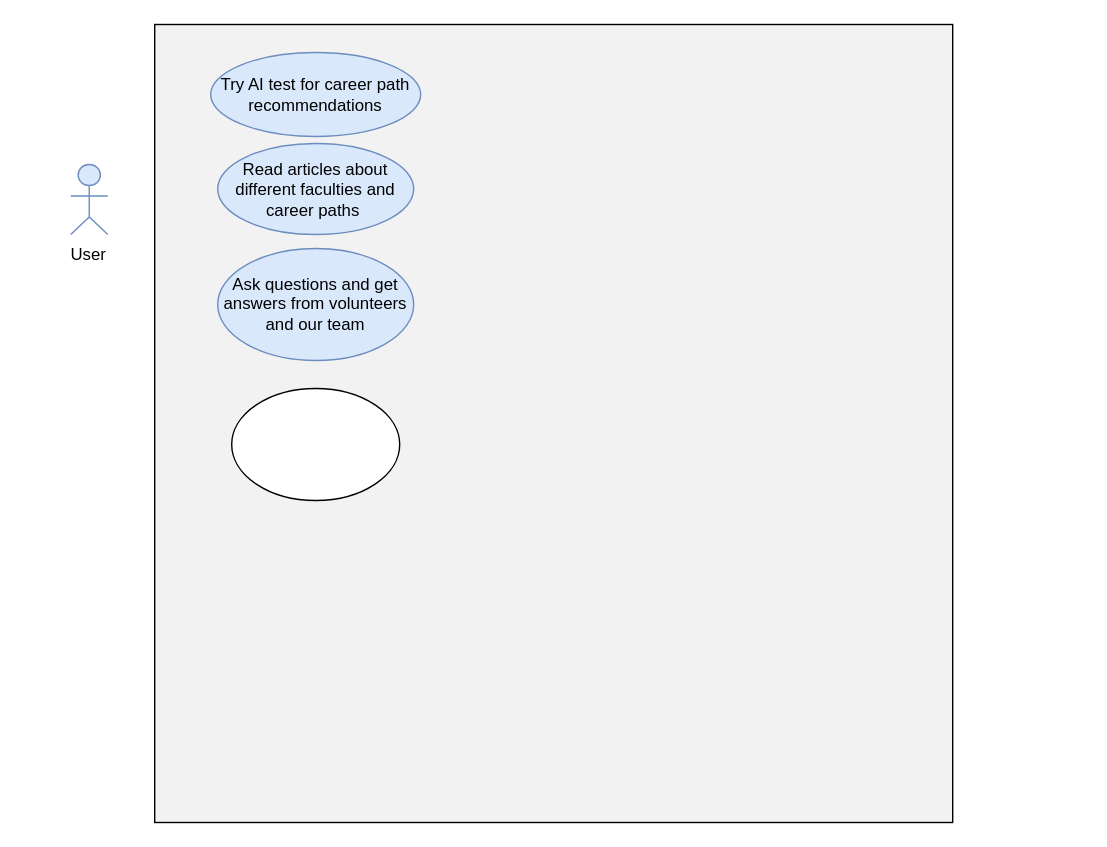
The draw.io diagram usecasee.drawio in mawadaelmeshad/Car_Sales_Company, before the edit. Source tidied: cells renumbered, new cells numbered last; positions are measured from the earlier drawing's top-left corner, leaving out a move shared by most shapes. Both pictures are drawn from the tidied source at 140%, with x=0, y=0 at pixel (46, 24).
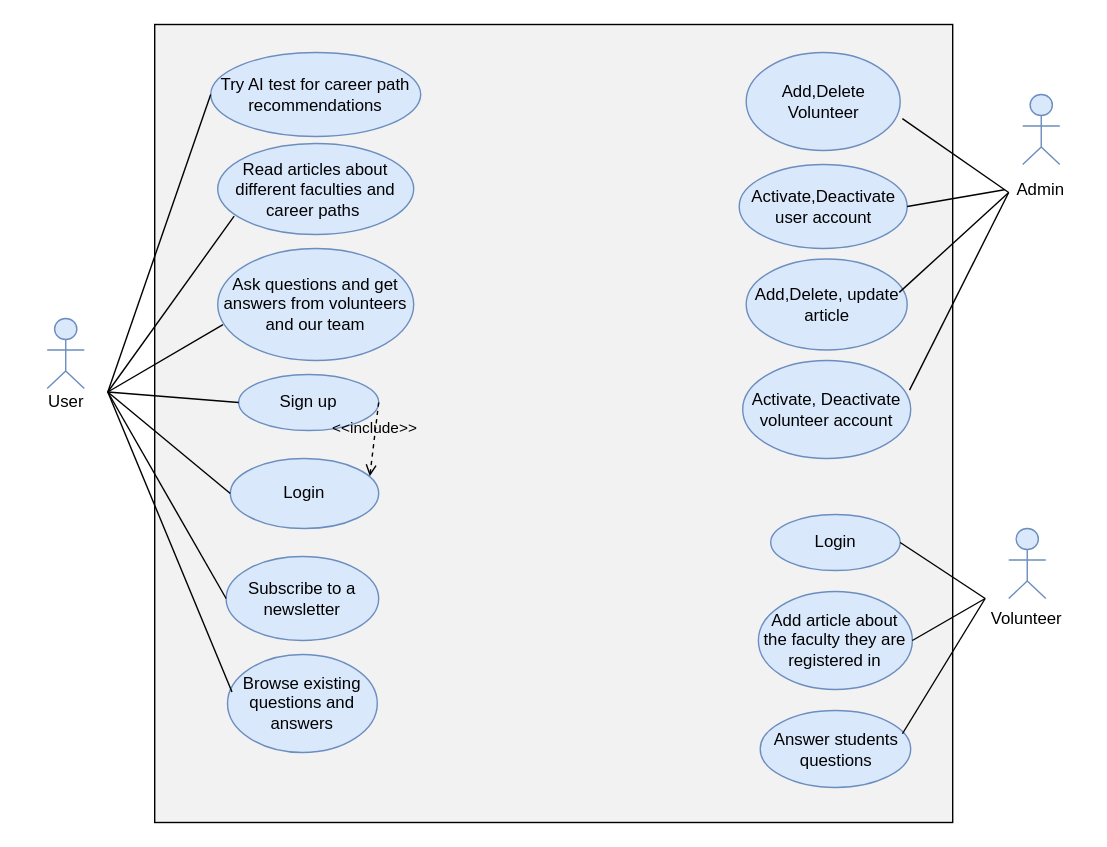
The same diagram, later.

Unchanged cells that the change refers to:
```xml
<mxCell id="5" value="Try AI test for career path recommendations" style="ellipse;whiteSpace=wrap;html=1;fillColor=#dae8fc;strokeColor=#6c8ebf;" parent="1" vertex="1">
  <mxGeometry x="117" y="20" width="150" height="60" as="geometry" />
</mxCell>
<mxCell id="6" value="Read articles about different faculties and career paths&amp;nbsp;" style="ellipse;whiteSpace=wrap;html=1;fillColor=#dae8fc;strokeColor=#6c8ebf;" parent="1" vertex="1">
  <mxGeometry x="122" y="85" width="140" height="65" as="geometry" />
</mxCell>
<mxCell id="7" value="Ask questions and get answers from volunteers and our team" style="ellipse;whiteSpace=wrap;html=1;fillColor=#dae8fc;strokeColor=#6c8ebf;" parent="1" vertex="1">
  <mxGeometry x="122" y="160" width="140" height="80" as="geometry" />
</mxCell>
```

Change to the diagram source:
```diff
@@
     <mxCell id="3" style="html=1;whiteSpace=wrap;fillColor=#dae8fc;verticalLabelPosition=bottom;verticalAlign=top;align=center;shape=mxgraph.archimate3.actor;strokeColor=#6c8ebf;" parent="1" vertex="1">
-      <mxGeometry x="17" y="100" width="26.5" height="50" as="geometry" />
+      <mxGeometry x="0.2" y="210" width="26.5" height="50" as="geometry" />
     </mxCell>
     <mxCell id="4" value="User" style="text;html=1;align=center;verticalAlign=middle;whiteSpace=wrap;rounded=0;" parent="1" vertex="1">
-      <mxGeometry x="0.2" y="150" width="60" height="30" as="geometry" />
+      <mxGeometry x="-16.5" y="255" width="60" height="30" as="geometry" />
     </mxCell>
@@
-    <mxCell id="8" style="ellipse;whiteSpace=wrap;html=1;" parent="1" vertex="1">
-      <mxGeometry x="132" y="260" width="120" height="80" as="geometry" />
+    <mxCell id="8" value="Sign up" style="ellipse;whiteSpace=wrap;html=1;fillColor=#dae8fc;strokeColor=#6c8ebf;" parent="1" vertex="1">
+      <mxGeometry x="137" y="250" width="100" height="40" as="geometry" />
     </mxCell>
+    <mxCell id="9" value="Login" style="ellipse;whiteSpace=wrap;html=1;fillColor=#dae8fc;strokeColor=#6c8ebf;" parent="1" vertex="1">
+      <mxGeometry x="131" y="310" width="106" height="50" as="geometry" />
+    </mxCell>
+    <mxCell id="10" value="&amp;lt;&amp;lt;include&amp;gt;&amp;gt;" style="html=1;verticalAlign=bottom;labelBackgroundColor=none;endArrow=open;endFill=0;dashed=1;rounded=0;exitX=1;exitY=0.5;exitDx=0;exitDy=0;entryX=0.94;entryY=0.253;entryDx=0;entryDy=0;entryPerimeter=0;" parent="1" edge="1" source="8" target="9">
+      <mxGeometry relative="1" as="geometry" />
+    </mxCell>
+    <mxCell id="11" value="Subscribe to a newsletter" style="ellipse;whiteSpace=wrap;html=1;fillColor=#dae8fc;strokeColor=#6c8ebf;" parent="1" vertex="1">
+      <mxGeometry x="128" y="380" width="109" height="60" as="geometry" />
+    </mxCell>
+    <mxCell id="12" value="Browse existing questions and answers" style="ellipse;whiteSpace=wrap;html=1;fillColor=#dae8fc;strokeColor=#6c8ebf;" parent="1" vertex="1">
+      <mxGeometry x="129" y="450" width="107" height="70" as="geometry" />
+    </mxCell>
+    <mxCell id="13" style="endArrow=none;html=1;rounded=0;entryX=0;entryY=0.5;entryDx=0;entryDy=0;exitX=1;exitY=0.25;exitDx=0;exitDy=0;" parent="1" edge="1" source="4" target="5">
+      <mxGeometry relative="1" as="geometry" />
+    </mxCell>
+    <mxCell id="14" style="endArrow=none;html=1;rounded=0;exitX=1;exitY=0.25;exitDx=0;exitDy=0;entryX=0.084;entryY=0.797;entryDx=0;entryDy=0;entryPerimeter=0;" parent="1" edge="1" source="4" target="6">
+      <mxGeometry relative="1" as="geometry" />
+    </mxCell>
+    <mxCell id="15" style="endArrow=none;html=1;rounded=0;exitX=1;exitY=0.25;exitDx=0;exitDy=0;entryX=0.027;entryY=0.68;entryDx=0;entryDy=0;entryPerimeter=0;" parent="1" edge="1" source="4" target="7">
+      <mxGeometry relative="1" as="geometry" />
+    </mxCell>
+    <mxCell id="16" style="endArrow=none;html=1;rounded=0;entryX=0;entryY=0.5;entryDx=0;entryDy=0;exitX=1;exitY=0.25;exitDx=0;exitDy=0;" parent="1" edge="1" source="4" target="8">
+      <mxGeometry relative="1" as="geometry" />
+    </mxCell>
+    <mxCell id="17" style="endArrow=none;html=1;rounded=0;entryX=0;entryY=0.5;entryDx=0;entryDy=0;exitX=1;exitY=0.25;exitDx=0;exitDy=0;" parent="1" edge="1" source="4" target="9">
+      <mxGeometry relative="1" as="geometry" />
+    </mxCell>
+    <mxCell id="18" style="endArrow=none;html=1;rounded=0;entryX=0;entryY=0.5;entryDx=0;entryDy=0;exitX=1;exitY=0.25;exitDx=0;exitDy=0;" parent="1" edge="1" source="4" target="11">
+      <mxGeometry relative="1" as="geometry" />
+    </mxCell>
+    <mxCell id="19" style="endArrow=none;html=1;rounded=0;entryX=0.03;entryY=0.383;entryDx=0;entryDy=0;entryPerimeter=0;exitX=1;exitY=0.25;exitDx=0;exitDy=0;" parent="1" edge="1" source="4" target="12">
+      <mxGeometry relative="1" as="geometry" />
+    </mxCell>
+    <mxCell id="20" style="html=1;whiteSpace=wrap;fillColor=#dae8fc;verticalLabelPosition=bottom;verticalAlign=top;align=center;shape=mxgraph.archimate3.actor;strokeColor=#6c8ebf;" parent="1" vertex="1">
+      <mxGeometry x="697" y="50" width="26.5" height="50" as="geometry" />
+    </mxCell>
+    <mxCell id="21" value="Admin" style="text;html=1;align=center;verticalAlign=middle;whiteSpace=wrap;rounded=0;" parent="1" vertex="1">
+      <mxGeometry x="680.2" y="102.5" width="60" height="30" as="geometry" />
+    </mxCell>
+    <mxCell id="22" value="Add,Delete Volunteer" style="ellipse;whiteSpace=wrap;html=1;fillColor=#dae8fc;strokeColor=#6c8ebf;" parent="1" vertex="1">
+      <mxGeometry x="499.5" y="20" width="110" height="70" as="geometry" />
+    </mxCell>
+    <mxCell id="23" value="Activate,Deactivate user account" style="ellipse;whiteSpace=wrap;html=1;fillColor=#dae8fc;strokeColor=#6c8ebf;" parent="1" vertex="1">
+      <mxGeometry x="494.5" y="100" width="120" height="60" as="geometry" />
+    </mxCell>
+    <mxCell id="24" value="Add,Delete, update article" style="ellipse;whiteSpace=wrap;html=1;fillColor=#dae8fc;strokeColor=#6c8ebf;" parent="1" vertex="1">
+      <mxGeometry x="499.5" y="167.5" width="115" height="65" as="geometry" />
+    </mxCell>
+    <mxCell id="25" value="Activate, Deactivate volunteer account" style="ellipse;whiteSpace=wrap;html=1;fillColor=#dae8fc;strokeColor=#6c8ebf;" parent="1" vertex="1">
+      <mxGeometry x="497" y="240" width="120" height="70" as="geometry" />
+    </mxCell>
+    <mxCell id="26" style="endArrow=none;html=1;rounded=0;entryX=0.113;entryY=0.583;entryDx=0;entryDy=0;exitX=1.014;exitY=0.675;exitDx=0;exitDy=0;exitPerimeter=0;entryPerimeter=0;" parent="1" edge="1" source="22" target="21">
+      <mxGeometry relative="1" as="geometry" />
+    </mxCell>
+    <mxCell id="27" style="endArrow=none;html=1;rounded=0;exitX=1;exitY=0.5;exitDx=0;exitDy=0;" parent="1" edge="1" source="23">
+      <mxGeometry relative="1" as="geometry">
+        <mxPoint x="684" y="118" as="targetPoint" />
+      </mxGeometry>
+    </mxCell>
+    <mxCell id="28" style="endArrow=none;html=1;rounded=0;exitX=0.951;exitY=0.367;exitDx=0;exitDy=0;exitPerimeter=0;" parent="1" edge="1" source="24">
+      <mxGeometry relative="1" as="geometry">
+        <mxPoint x="687" y="120" as="targetPoint" />
+      </mxGeometry>
+    </mxCell>
+    <mxCell id="29" style="endArrow=none;html=1;rounded=0;exitX=0.993;exitY=0.302;exitDx=0;exitDy=0;exitPerimeter=0;" parent="1" edge="1" source="25">
+      <mxGeometry relative="1" as="geometry">
+        <mxPoint x="687" y="120" as="targetPoint" />
+      </mxGeometry>
+    </mxCell>
+    <mxCell id="30" style="html=1;whiteSpace=wrap;fillColor=#dae8fc;verticalLabelPosition=bottom;verticalAlign=top;align=center;shape=mxgraph.archimate3.actor;strokeColor=#6c8ebf;" parent="1" vertex="1">
+      <mxGeometry x="687" y="360" width="26.5" height="50" as="geometry" />
+    </mxCell>
+    <mxCell id="31" value="Volunteer" style="text;html=1;align=center;verticalAlign=middle;whiteSpace=wrap;rounded=0;" parent="1" vertex="1">
+      <mxGeometry x="670.2" y="410" width="60" height="30" as="geometry" />
+    </mxCell>
+    <mxCell id="32" value="Answer students questions" style="ellipse;whiteSpace=wrap;html=1;fillColor=#dae8fc;strokeColor=#6c8ebf;" parent="1" vertex="1">
+      <mxGeometry x="509.5" y="490" width="107.5" height="55" as="geometry" />
+    </mxCell>
+    <mxCell id="33" value="Add article about the faculty they are registered in" style="ellipse;whiteSpace=wrap;html=1;fillColor=#dae8fc;strokeColor=#6c8ebf;" parent="1" vertex="1">
+      <mxGeometry x="508.2" y="405" width="110" height="70" as="geometry" />
+    </mxCell>
+    <mxCell id="34" value="Login" style="ellipse;whiteSpace=wrap;html=1;fillColor=#dae8fc;strokeColor=#6c8ebf;" parent="1" vertex="1">
+      <mxGeometry x="517" y="350" width="92.5" height="40" as="geometry" />
+    </mxCell>
+    <mxCell id="35" style="endArrow=none;html=1;rounded=0;exitX=1;exitY=0.5;exitDx=0;exitDy=0;entryX=0;entryY=0;entryDx=0;entryDy=0;" parent="1" edge="1" source="34" target="31">
+      <mxGeometry relative="1" as="geometry" />
+    </mxCell>
+    <mxCell id="36" style="endArrow=none;html=1;rounded=0;entryX=0;entryY=0;entryDx=0;entryDy=0;exitX=1;exitY=0.5;exitDx=0;exitDy=0;" parent="1" edge="1" source="33" target="31">
+      <mxGeometry relative="1" as="geometry" />
+    </mxCell>
+    <mxCell id="37" style="endArrow=none;html=1;rounded=0;entryX=0;entryY=0;entryDx=0;entryDy=0;exitX=0.945;exitY=0.302;exitDx=0;exitDy=0;exitPerimeter=0;" parent="1" edge="1" source="32" target="31">
+      <mxGeometry relative="1" as="geometry" />
+    </mxCell>
```
